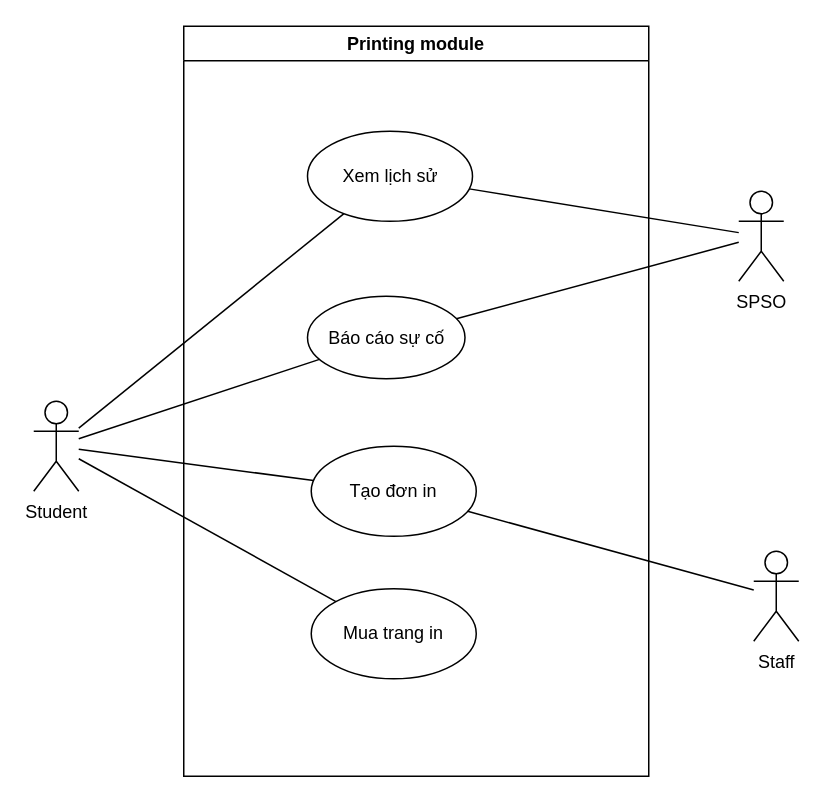
This is Untitled Diagram.drawio from blueonline07/auth-demo, a draw.io file, before an edit. Source tidied: cells renumbered, new cells numbered last; positions are measured from the earlier drawing's top-left corner, leaving out a move shared by most shapes. Both pictures are drawn from the tidied source at 150%, with x=0, y=0 at pixel (33, 26).
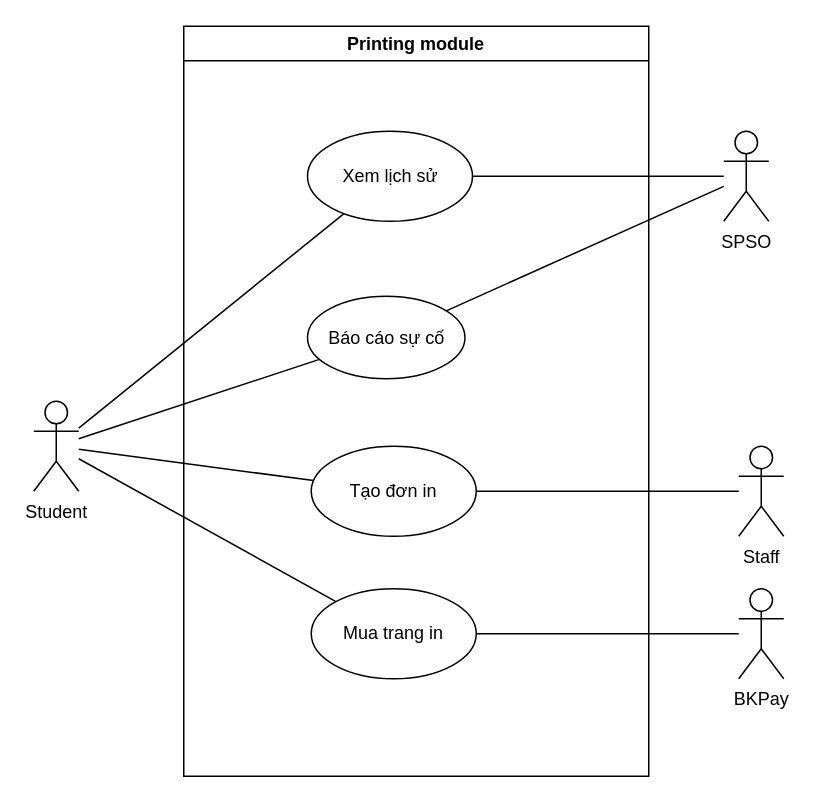
After the change.

Change to the diagram source:
```diff
@@
 <mxGraphModel>
   <root>
     <mxCell id="0" />
     <mxCell id="1" parent="0" />
     <mxCell id="2" value="Student" style="shape=umlActor;verticalLabelPosition=bottom;verticalAlign=top;html=1;outlineConnect=0;" parent="1" vertex="1">
       <mxGeometry y="250" width="30" height="60" as="geometry" />
     </mxCell>
     <mxCell id="3" value="Printing module" style="swimlane;whiteSpace=wrap;html=1;" parent="1" vertex="1">
       <mxGeometry x="100" width="310" height="500" as="geometry" />
     </mxCell>
     <mxCell id="4" value="Tạo đơn in" style="ellipse;whiteSpace=wrap;html=1;" parent="3" vertex="1">
       <mxGeometry x="85" y="280" width="110" height="60" as="geometry" />
     </mxCell>
     <mxCell id="5" value="Mua trang in" style="ellipse;whiteSpace=wrap;html=1;" parent="3" vertex="1">
       <mxGeometry x="85" y="375" width="110" height="60" as="geometry" />
     </mxCell>
     <mxCell id="6" value="Xem lịch sử" style="ellipse;whiteSpace=wrap;html=1;" parent="3" vertex="1">
       <mxGeometry x="82.5" y="70" width="110" height="60" as="geometry" />
     </mxCell>
     <mxCell id="7" value="Báo cáo sự cố" style="ellipse;whiteSpace=wrap;html=1;" parent="3" vertex="1">
       <mxGeometry x="82.5" y="180" width="105" height="55" as="geometry" />
     </mxCell>
     <mxCell id="8" value="SPSO" style="shape=umlActor;verticalLabelPosition=bottom;verticalAlign=top;html=1;outlineConnect=0;" parent="1" vertex="1">
-      <mxGeometry x="470" y="110" width="30" height="60" as="geometry" />
+      <mxGeometry x="460" y="70" width="30" height="60" as="geometry" />
     </mxCell>
     <mxCell id="9" value="Staff" style="shape=umlActor;verticalLabelPosition=bottom;verticalAlign=top;html=1;outlineConnect=0;" parent="1" vertex="1">
-      <mxGeometry x="480" y="350" width="30" height="60" as="geometry" />
+      <mxGeometry x="470" y="280" width="30" height="60" as="geometry" />
     </mxCell>
     <mxCell id="10" style="endArrow=none;html=1;rounded=0;" parent="1" edge="1" source="2" target="6">
       <mxGeometry relative="1" as="geometry" />
     </mxCell>
     <mxCell id="11" style="endArrow=none;html=1;rounded=0;" parent="1" edge="1" source="2" target="4">
       <mxGeometry relative="1" as="geometry" />
     </mxCell>
     <mxCell id="12" style="endArrow=none;html=1;rounded=0;" parent="1" edge="1" source="2" target="5">
       <mxGeometry relative="1" as="geometry" />
     </mxCell>
     <mxCell id="13" style="endArrow=none;html=1;rounded=0;" parent="1" edge="1" source="2" target="7">
       <mxGeometry relative="1" as="geometry" />
     </mxCell>
     <mxCell id="14" style="endArrow=none;html=1;rounded=0;" parent="1" edge="1" source="6" target="8">
       <mxGeometry relative="1" as="geometry" />
     </mxCell>
     <mxCell id="15" style="endArrow=none;html=1;rounded=0;" parent="1" edge="1" source="7" target="8">
       <mxGeometry relative="1" as="geometry" />
     </mxCell>
     <mxCell id="16" style="endArrow=none;html=1;rounded=0;" parent="1" edge="1" source="4" target="9">
       <mxGeometry relative="1" as="geometry" />
     </mxCell>
+    <mxCell id="17" value="BKPay" style="shape=umlActor;verticalLabelPosition=bottom;verticalAlign=top;html=1;outlineConnect=0;" parent="1" vertex="1">
+      <mxGeometry x="470" y="375" width="30" height="60" as="geometry" />
+    </mxCell>
+    <mxCell id="18" style="endArrow=none;html=1;rounded=0;" parent="1" edge="1" source="5" target="17">
+      <mxGeometry relative="1" as="geometry" />
+    </mxCell>
   </root>
 </mxGraphModel>
```
